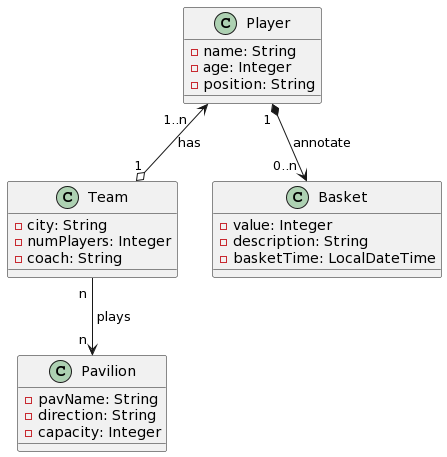
This is docs/basketball.models.png from wzzzzwwzw/apaw-practice, a PlantUML export, as it was before one commit.
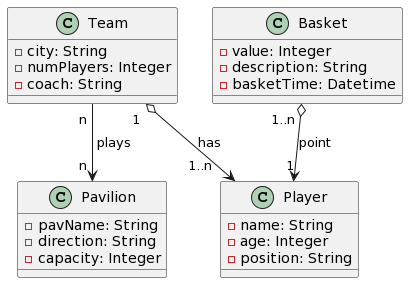
The same file after the commit.

Commit message:
changed basketball UML diagram #469

The edit, as a diff of the source:
```diff
@@ -14,7 +14,7 @@
 class Basket {
     - value: Integer
     - description: String
-    - basketTime: LocalDateTime
+    - basketTime: Datetime
 }
 
 
@@ -24,7 +24,10 @@
     - capacity: Integer
 }
 
-Player " 1..n   "<--o "1" Team : has
+Team " 1   " o--> "1..n   " Player: has
+
 Team " n " --> "n " Pavilion :  " plays"
-Player "1 " *--> " 0..n " Basket :  annotate
+
+
+Basket "1..n " o--> " 1" Player :  point
 @enduml
```
